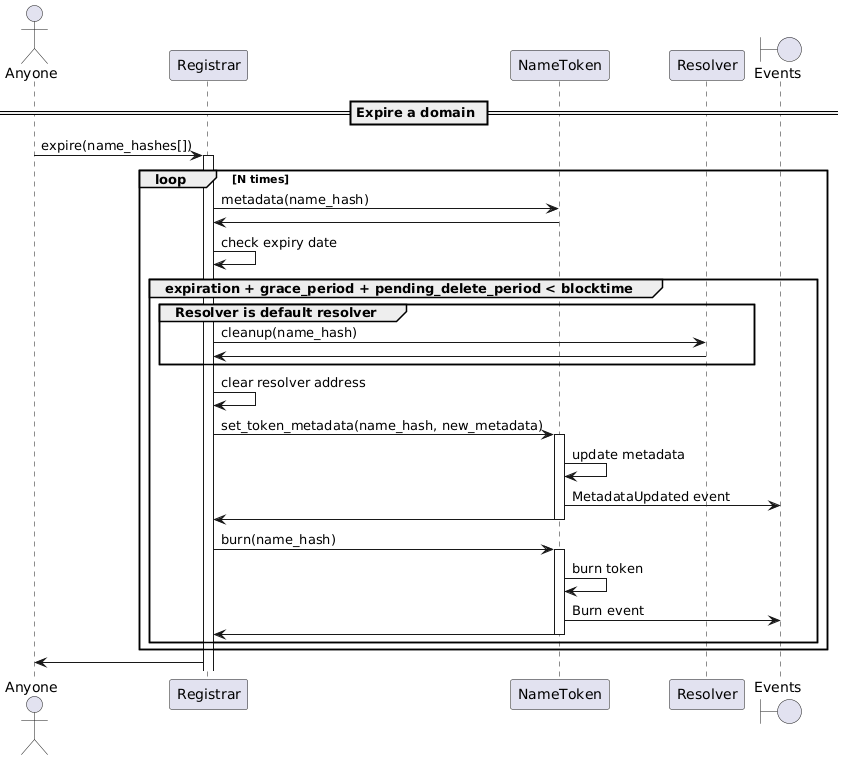
The PlantUML diagram docs/sequence-diagrams/puml/expire-domain.png in make-software/cspr-name-contracts, before a commit.
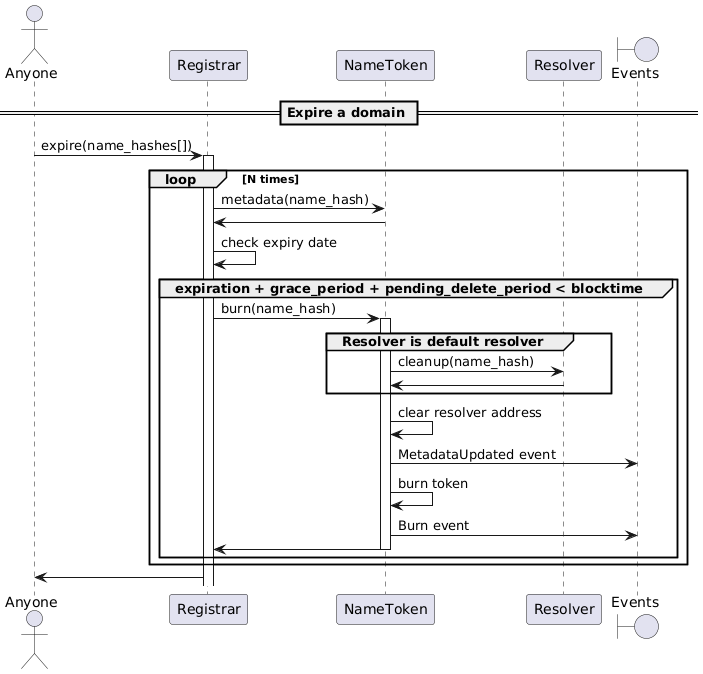
Later version of the same file.

What changed in the source:
```diff
@@ -15,19 +15,14 @@
     NameToken -> Registrar
     Registrar -> Registrar: check expiry date
     group expiration + grace_period + pending_delete_period < blocktime
-        group Resolver is default resolver
-            Registrar -> Resolver: cleanup(name_hash)
-            Resolver -> Registrar:
-        end
-        Registrar -> Registrar: clear resolver address
-        Registrar -> NameToken: set_token_metadata(name_hash, new_metadata)
-        activate NameToken
-            NameToken -> NameToken: update metadata
-            NameToken -> "Events": MetadataUpdated event
-            NameToken -> Registrar
-            deactivate NameToken
         Registrar -> NameToken: burn(name_hash)
         activate NameToken
+        group Resolver is default resolver
+            NameToken -> Resolver: cleanup(name_hash)
+            Resolver -> NameToken:
+        end
+        NameToken -> NameToken: clear resolver address
+        NameToken -> "Events": MetadataUpdated event
         NameToken -> NameToken: burn token
         NameToken -> "Events": Burn event
         NameToken -> Registrar
```
